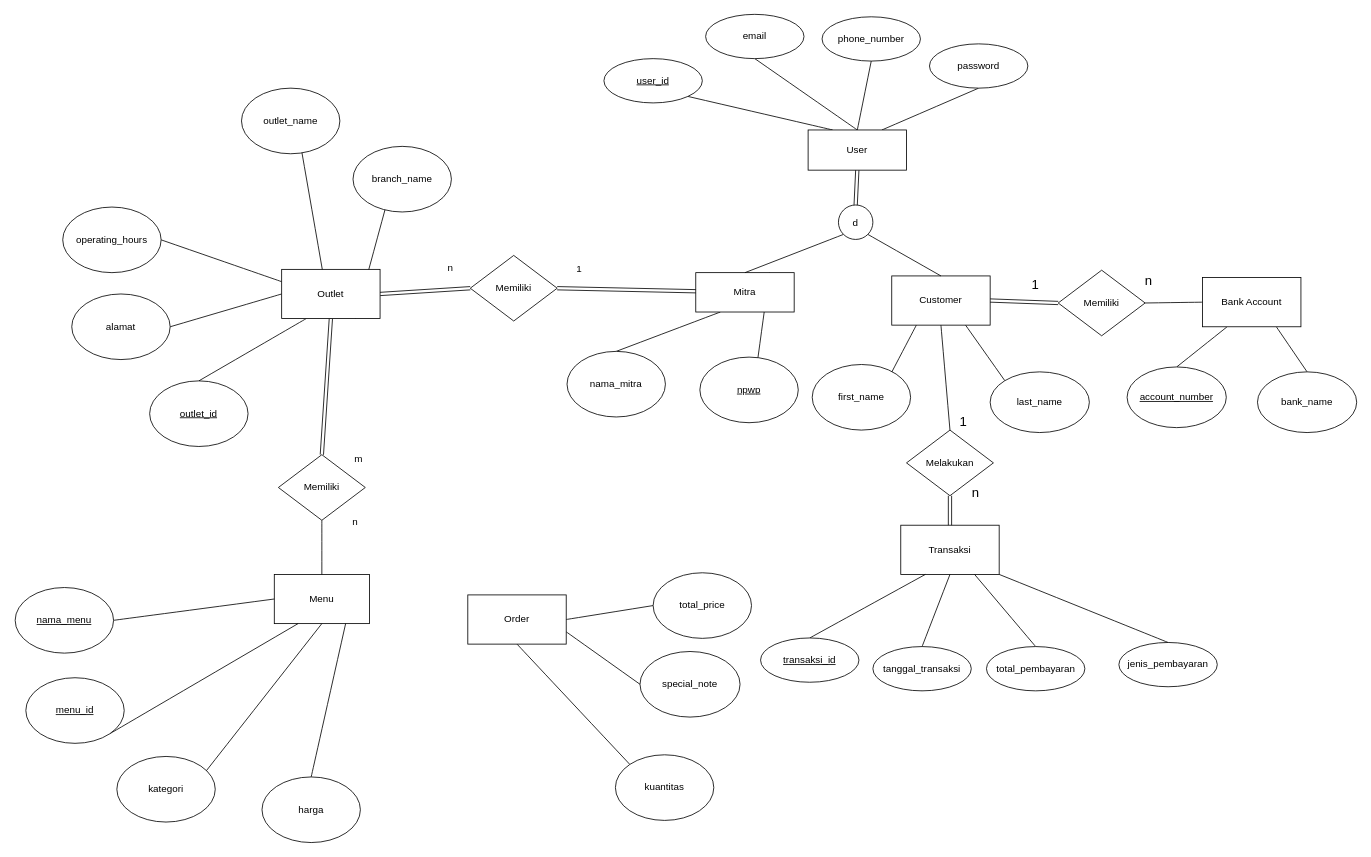
This is Latihan-Basdat.drawio from MHibriziF/SIPA, a draw.io file, before an edit. Source tidied: cells renumbered, new cells numbered last; positions are measured from the earlier drawing's top-left corner, leaving out a move shared by most shapes. Both pictures are drawn from the tidied source at 82%, with x=0, y=0 at pixel (15, 14).
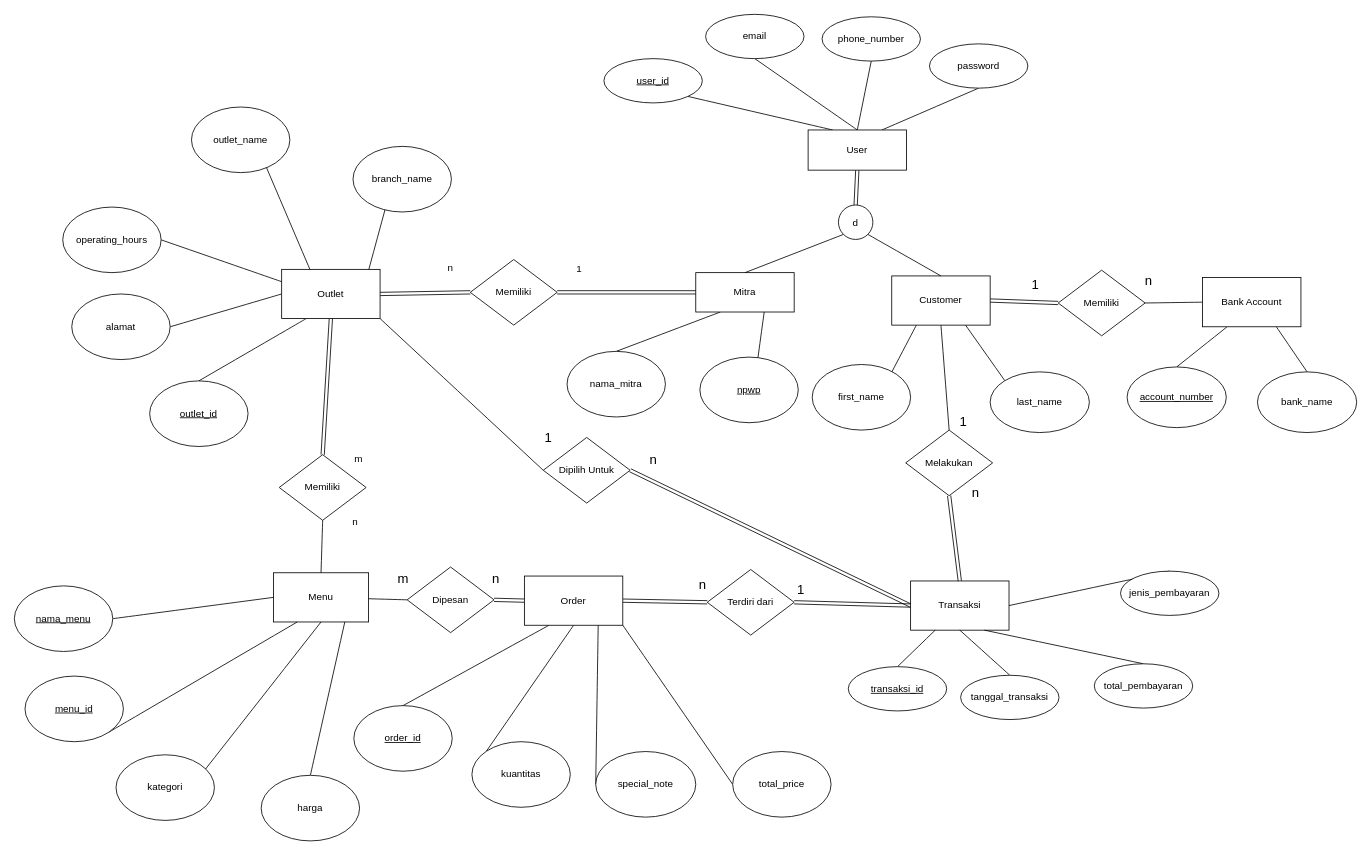
The same page after the edit.

Unchanged cells that the change refers to:
```xml
<mxCell id="15" value="Outlet" style="rounded=0;whiteSpace=wrap;html=1;" parent="1" vertex="1">
  <mxGeometry x="325" y="311" width="120" height="60" as="geometry" />
</mxCell>
```

Change to the diagram source:
```diff
@@
+    <mxCell id="87" style="edgeStyle=none;curved=1;rounded=0;jettySize=auto;html=1;exitX=1;exitY=1;exitDx=0;exitDy=0;entryX=0;entryY=0.5;entryDx=0;entryDy=0;fontSize=12;startSize=8;endSize=8;endArrow=none;startFill=0;" parent="1" edge="1" source="15" target="97">
+      <mxGeometry relative="1" as="geometry" />
+    </mxCell>
@@
+    <mxCell id="88" style="edgeStyle=none;curved=1;rounded=0;jettySize=auto;html=1;exitX=0;exitY=0.5;exitDx=0;exitDy=0;entryX=1;entryY=0.5;entryDx=0;entryDy=0;fontSize=12;endArrow=none;startFill=0;shape=link;" parent="1" edge="1" source="16" target="97">
+      <mxGeometry relative="1" as="geometry" />
+    </mxCell>
     <mxCell id="16" value="Transaksi" style="rounded=0;whiteSpace=wrap;html=1;strokeColor=default;" parent="1" vertex="1">
-      <mxGeometry x="1080" y="623" width="120" height="60" as="geometry" />
+      <mxGeometry x="1092" y="691" width="120" height="60" as="geometry" />
     </mxCell>
@@
-    <mxCell id="25" style="edgeStyle=none;curved=1;rounded=0;jettySize=auto;html=1;exitX=1;exitY=0.75;exitDx=0;exitDy=0;entryX=0;entryY=0.5;entryDx=0;entryDy=0;fontSize=12;startSize=8;endSize=8;endArrow=none;startFill=0;" parent="1" edge="1" source="27" target="86">
+    <mxCell id="25" style="edgeStyle=none;curved=1;rounded=0;jettySize=auto;html=1;exitX=0.75;exitY=1;exitDx=0;exitDy=0;entryX=0;entryY=0.5;entryDx=0;entryDy=0;fontSize=12;startSize=8;endSize=8;endArrow=none;startFill=0;" parent="1" edge="1" source="27" target="86">
       <mxGeometry relative="1" as="geometry" />
     </mxCell>
-    <mxCell id="26" style="edgeStyle=none;curved=1;rounded=0;jettySize=auto;html=1;exitX=1;exitY=0.5;exitDx=0;exitDy=0;entryX=0;entryY=0.5;entryDx=0;entryDy=0;fontSize=12;startSize=8;endSize=8;endArrow=none;startFill=0;" parent="1" edge="1" source="27" target="85">
+    <mxCell id="26" style="edgeStyle=none;curved=1;rounded=0;jettySize=auto;html=1;exitX=1;exitY=1;exitDx=0;exitDy=0;entryX=0;entryY=0.5;entryDx=0;entryDy=0;fontSize=12;startSize=8;endSize=8;endArrow=none;startFill=0;" parent="1" edge="1" source="27" target="85">
       <mxGeometry relative="1" as="geometry" />
     </mxCell>
+    <mxCell id="89" style="edgeStyle=none;curved=1;rounded=0;jettySize=auto;html=1;exitX=0;exitY=0.5;exitDx=0;exitDy=0;entryX=1;entryY=0.5;entryDx=0;entryDy=0;fontSize=12;endArrow=none;startFill=0;shape=link;" parent="1" edge="1" source="27" target="93">
+      <mxGeometry relative="1" as="geometry" />
+    </mxCell>
+    <mxCell id="90" style="edgeStyle=none;curved=1;rounded=0;jettySize=auto;html=1;exitX=0.25;exitY=1;exitDx=0;exitDy=0;entryX=0.5;entryY=0;entryDx=0;entryDy=0;fontSize=12;startSize=8;endSize=8;endArrow=none;startFill=0;" parent="1" edge="1" source="27" target="96">
+      <mxGeometry relative="1" as="geometry" />
+    </mxCell>
+    <mxCell id="91" style="edgeStyle=none;curved=1;rounded=0;jettySize=auto;html=1;exitX=1;exitY=0.5;exitDx=0;exitDy=0;entryX=0;entryY=0.5;entryDx=0;entryDy=0;fontSize=12;endArrow=none;startFill=0;shape=link;" parent="1" edge="1" source="27" target="101">
+      <mxGeometry relative="1" as="geometry" />
+    </mxCell>
     <mxCell id="27" value="Order" style="rounded=0;whiteSpace=wrap;html=1;" parent="1" vertex="1">
-      <mxGeometry x="552" y="708" width="120" height="60" as="geometry" />
+      <mxGeometry x="621" y="685" width="120" height="60" as="geometry" />
     </mxCell>
@@
     <mxCell id="31" value="Menu" style="rounded=0;whiteSpace=wrap;html=1;" parent="1" vertex="1">
-      <mxGeometry x="316" y="683" width="116" height="60" as="geometry" />
+      <mxGeometry x="315" y="681" width="116" height="60" as="geometry" />
     </mxCell>
@@
     <mxCell id="45" value="Memiliki" style="rhombus;whiteSpace=wrap;html=1;" parent="1" vertex="1">
-      <mxGeometry x="555" y="294" width="106" height="80" as="geometry" />
+      <mxGeometry x="555" y="299" width="106" height="80" as="geometry" />
     </mxCell>
@@
     <mxCell id="49" value="outlet_name" style="ellipse;whiteSpace=wrap;html=1;" parent="1" vertex="1">
-      <mxGeometry x="276" y="90" width="120" height="80" as="geometry" />
+      <mxGeometry x="215" y="113" width="120" height="80" as="geometry" />
     </mxCell>
@@
     <mxCell id="54" value="Memiliki" style="rhombus;whiteSpace=wrap;html=1;" parent="1" vertex="1">
-      <mxGeometry x="321" y="537" width="106" height="80" as="geometry" />
+      <mxGeometry x="322" y="537" width="106" height="80" as="geometry" />
     </mxCell>
@@
     <mxCell id="58" value="&lt;u&gt;nama_menu&lt;/u&gt;" style="ellipse;whiteSpace=wrap;html=1;" parent="1" vertex="1">
-      <mxGeometry y="699" width="120" height="80" as="geometry" />
+      <mxGeometry x="-1" y="697" width="120" height="80" as="geometry" />
     </mxCell>
@@
     <mxCell id="60" value="&lt;u&gt;menu_id&lt;/u&gt;" style="ellipse;whiteSpace=wrap;html=1;" parent="1" vertex="1">
-      <mxGeometry x="13" y="809" width="120" height="80" as="geometry" />
+      <mxGeometry x="12" y="807" width="120" height="80" as="geometry" />
     </mxCell>
@@
     <mxCell id="62" value="kategori" style="ellipse;whiteSpace=wrap;html=1;" parent="1" vertex="1">
-      <mxGeometry x="124" y="905" width="120" height="80" as="geometry" />
+      <mxGeometry x="123" y="903" width="120" height="80" as="geometry" />
     </mxCell>
@@
     <mxCell id="64" value="harga" style="ellipse;whiteSpace=wrap;html=1;" parent="1" vertex="1">
-      <mxGeometry x="301" y="930" width="120" height="80" as="geometry" />
+      <mxGeometry x="300" y="928" width="120" height="80" as="geometry" />
     </mxCell>
@@
     <mxCell id="72" value="&lt;u&gt;transaksi_id&lt;/u&gt;" style="ellipse;whiteSpace=wrap;html=1;" parent="1" vertex="1">
-      <mxGeometry x="909" y="760.5" width="120" height="54" as="geometry" />
+      <mxGeometry x="1016" y="795.5" width="120" height="54" as="geometry" />
     </mxCell>
@@
     <mxCell id="74" value="total_pembayaran" style="ellipse;whiteSpace=wrap;html=1;" parent="1" vertex="1">
-      <mxGeometry x="1184.5" y="771" width="120" height="54" as="geometry" />
+      <mxGeometry x="1316" y="792" width="120" height="54" as="geometry" />
     </mxCell>
@@
-    <mxCell id="76" style="edgeStyle=none;curved=1;rounded=0;jettySize=auto;html=1;exitX=0.5;exitY=0;exitDx=0;exitDy=0;entryX=1;entryY=1;entryDx=0;entryDy=0;fontSize=12;startSize=8;endSize=8;strokeColor=default;endArrow=none;startFill=0;" parent="1" edge="1" source="77" target="16">
+    <mxCell id="76" style="edgeStyle=none;curved=1;rounded=0;jettySize=auto;html=1;exitX=0.5;exitY=0;exitDx=0;exitDy=0;entryX=1;entryY=0.5;entryDx=0;entryDy=0;fontSize=12;startSize=8;endSize=8;strokeColor=default;endArrow=none;startFill=0;" parent="1" edge="1" source="77" target="16">
       <mxGeometry relative="1" as="geometry" />
     </mxCell>
     <mxCell id="77" value="jenis_pembayaran" style="ellipse;whiteSpace=wrap;html=1;" parent="1" vertex="1">
-      <mxGeometry x="1346" y="766" width="120" height="54" as="geometry" />
+      <mxGeometry x="1348" y="679" width="120" height="54" as="geometry" />
     </mxCell>
@@
     <mxCell id="79" value="Melakukan" style="rhombus;whiteSpace=wrap;html=1;" parent="1" vertex="1">
-      <mxGeometry x="1087" y="507" width="106" height="80" as="geometry" />
+      <mxGeometry x="1086" y="507" width="106" height="80" as="geometry" />
     </mxCell>
     <mxCell id="80" style="edgeStyle=none;curved=1;rounded=0;jettySize=auto;html=1;exitX=0.5;exitY=0;exitDx=0;exitDy=0;entryX=0.5;entryY=1;entryDx=0;entryDy=0;fontSize=12;startSize=8;endSize=8;strokeColor=default;endArrow=none;startFill=0;" parent="1" edge="1" target="81">
       <mxGeometry relative="1" as="geometry">
-        <mxPoint x="1103" y="813" as="sourcePoint" />
+        <mxPoint x="1210" y="848" as="sourcePoint" />
       </mxGeometry>
     </mxCell>
     <mxCell id="81" value="tanggal_transaksi" style="ellipse;whiteSpace=wrap;html=1;" parent="1" vertex="1">
-      <mxGeometry x="1046" y="771" width="120" height="54" as="geometry" />
+      <mxGeometry x="1153" y="806" width="120" height="54" as="geometry" />
     </mxCell>
@@
     <mxCell id="84" value="kuantitas" style="ellipse;whiteSpace=wrap;html=1;" parent="1" vertex="1">
-      <mxGeometry x="732" y="903" width="120" height="80" as="geometry" />
+      <mxGeometry x="557" y="887" width="120" height="80" as="geometry" />
     </mxCell>
     <mxCell id="85" value="total_price" style="ellipse;whiteSpace=wrap;html=1;" parent="1" vertex="1">
-      <mxGeometry x="778" y="681" width="120" height="80" as="geometry" />
+      <mxGeometry x="875" y="899" width="120" height="80" as="geometry" />
     </mxCell>
     <mxCell id="86" value="special_note" style="ellipse;whiteSpace=wrap;html=1;" parent="1" vertex="1">
-      <mxGeometry x="762" y="777" width="122" height="80" as="geometry" />
+      <mxGeometry x="708" y="899" width="122" height="80" as="geometry" />
     </mxCell>
+    <mxCell id="92" style="edgeStyle=none;curved=1;rounded=0;jettySize=auto;html=1;exitX=0;exitY=0.5;exitDx=0;exitDy=0;fontSize=12;startSize=8;endSize=8;endArrow=none;startFill=0;" parent="1" edge="1" source="93" target="31">
+      <mxGeometry relative="1" as="geometry" />
+    </mxCell>
+    <mxCell id="93" value="Dipesan" style="rhombus;whiteSpace=wrap;html=1;" parent="1" vertex="1">
+      <mxGeometry x="478" y="674" width="106" height="80" as="geometry" />
+    </mxCell>
+    <mxCell id="94" value="m" style="text;html=1;align=center;verticalAlign=middle;strokeColor=none;fillColor=none;fontSize=16;" parent="1" vertex="1">
+      <mxGeometry x="457.5" y="672.5" width="31" height="31" as="geometry" />
+    </mxCell>
+    <mxCell id="95" value="n" style="text;html=1;align=center;verticalAlign=middle;strokeColor=none;fillColor=none;fontSize=16;" parent="1" vertex="1">
+      <mxGeometry x="572" y="672.5" width="27" height="31" as="geometry" />
+    </mxCell>
+    <mxCell id="96" value="&lt;u&gt;order_id&lt;/u&gt;" style="ellipse;whiteSpace=wrap;html=1;" parent="1" vertex="1">
+      <mxGeometry x="413" y="843" width="120" height="80" as="geometry" />
+    </mxCell>
+    <mxCell id="97" value="Dipilih Untuk" style="rhombus;whiteSpace=wrap;html=1;" parent="1" vertex="1">
+      <mxGeometry x="644" y="516" width="106" height="80" as="geometry" />
+    </mxCell>
+    <mxCell id="98" value="1" style="text;html=1;align=center;verticalAlign=middle;strokeColor=none;fillColor=none;fontSize=16;" parent="1" vertex="1">
+      <mxGeometry x="636.5" y="500.5" width="27" height="31" as="geometry" />
+    </mxCell>
+    <mxCell id="99" value="n" style="text;html=1;align=center;verticalAlign=middle;strokeColor=none;fillColor=none;fontSize=16;" parent="1" vertex="1">
+      <mxGeometry x="764.5" y="527.5" width="27" height="31" as="geometry" />
+    </mxCell>
+    <mxCell id="100" style="edgeStyle=none;curved=1;rounded=0;jettySize=auto;html=1;exitX=1;exitY=0.5;exitDx=0;exitDy=0;entryX=0;entryY=0.5;entryDx=0;entryDy=0;fontSize=12;endArrow=none;startFill=0;shape=link;" parent="1" edge="1" source="101" target="16">
+      <mxGeometry relative="1" as="geometry" />
+    </mxCell>
+    <mxCell id="101" value="Terdiri dari" style="rhombus;whiteSpace=wrap;html=1;" parent="1" vertex="1">
+      <mxGeometry x="844" y="677" width="106" height="80" as="geometry" />
+    </mxCell>
+    <mxCell id="102" value="1" style="text;html=1;align=center;verticalAlign=middle;strokeColor=none;fillColor=none;fontSize=16;" parent="1" vertex="1">
+      <mxGeometry x="944.5" y="685.5" width="27" height="31" as="geometry" />
+    </mxCell>
+    <mxCell id="103" value="n" style="text;html=1;align=center;verticalAlign=middle;strokeColor=none;fillColor=none;fontSize=16;" parent="1" vertex="1">
+      <mxGeometry x="824.5" y="679.5" width="27" height="31" as="geometry" />
+    </mxCell>
```
